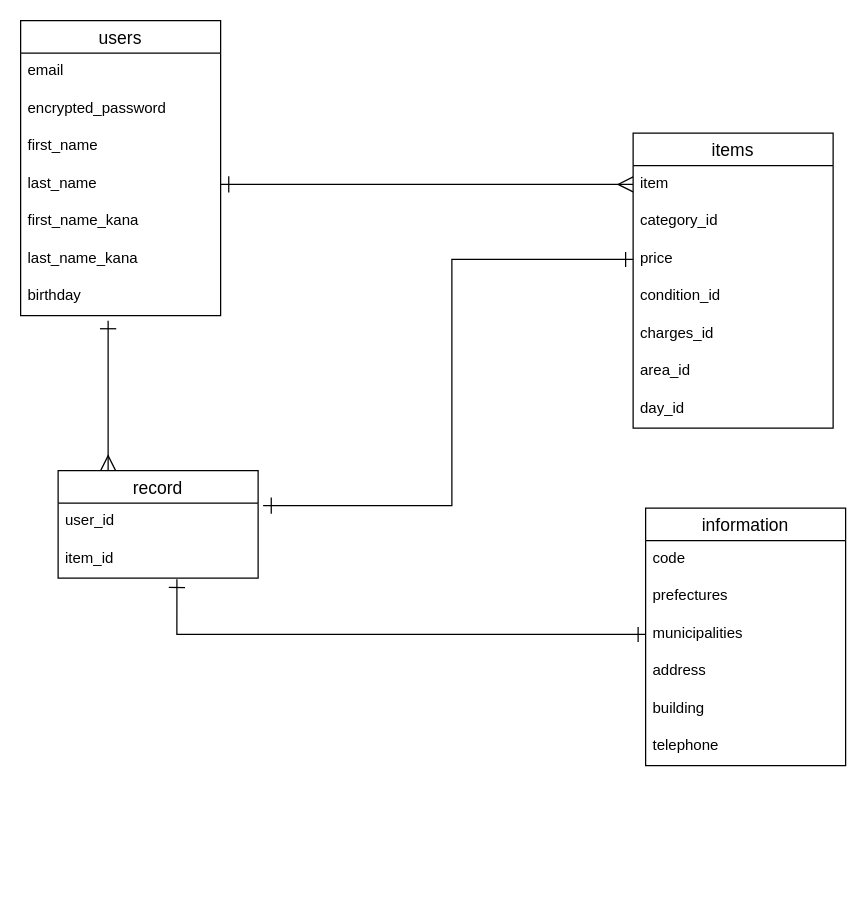
The draw.io diagram furima.dio in yutakah2/furima-36587, before the edit. Source tidied: cells renumbered, new cells numbered last; positions are measured from the earlier drawing's top-left corner, leaving out a move shared by most shapes. Both pictures are drawn from the tidied source at 125%, with x=0, y=0 at pixel (20, 20).
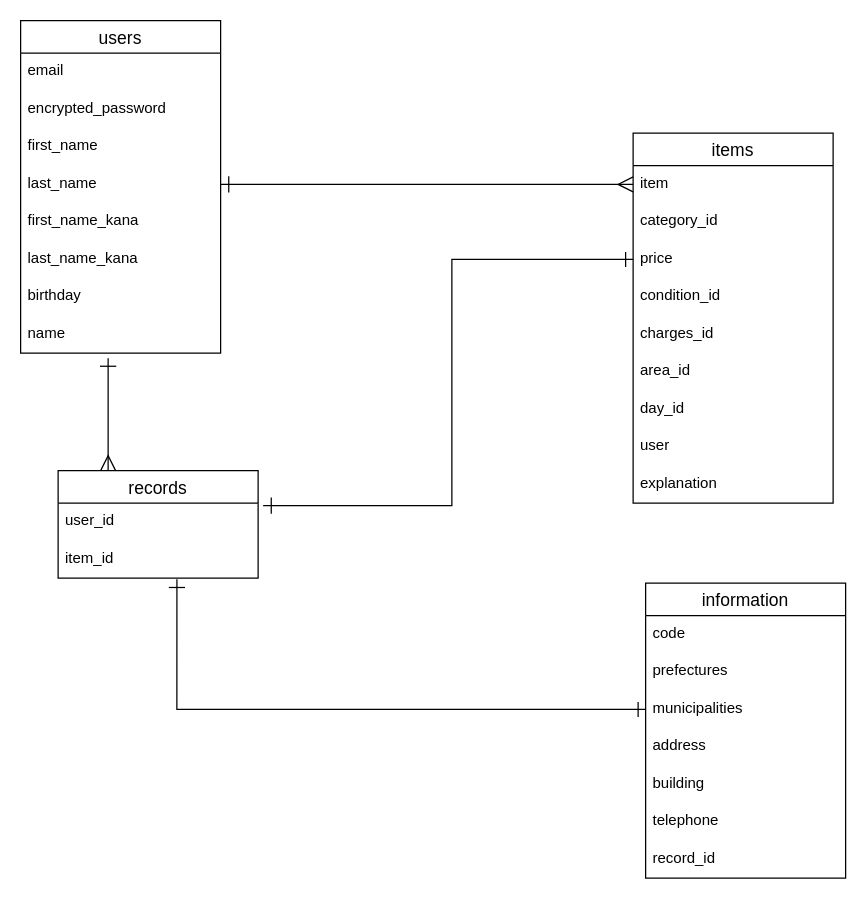
The same diagram, later.

Commit message (it also covers changes not shown here):
データベースの設計③

What changed in the source:
```diff
@@
     <mxCell id="2" value="items" style="swimlane;fontStyle=0;horizontal=1;startSize=26;align=center;fontSize=14;" parent="1" vertex="1">
-      <mxGeometry x="490" y="90" width="160" height="236" as="geometry" />
+      <mxGeometry x="490" y="90" width="160" height="296" as="geometry" />
     </mxCell>
@@
+    <mxCell id="32" value="user" style="text;strokeColor=none;fillColor=none;spacingLeft=4;spacingRight=4;overflow=hidden;fontSize=12;" parent="2" vertex="1">
+      <mxGeometry y="236" width="160" height="30" as="geometry" />
+    </mxCell>
+    <mxCell id="33" value="explanation" style="text;strokeColor=none;fillColor=none;spacingLeft=4;spacingRight=4;overflow=hidden;fontSize=12;" parent="2" vertex="1">
+      <mxGeometry y="266" width="160" height="30" as="geometry" />
+    </mxCell>
     <mxCell id="10" value="users" style="swimlane;fontStyle=0;horizontal=1;startSize=26;align=center;fontSize=14;" parent="1" vertex="1">
-      <mxGeometry width="160" height="236" as="geometry" />
+      <mxGeometry width="160" height="266" as="geometry" />
     </mxCell>
@@
+    <mxCell id="34" value="name" style="text;strokeColor=none;fillColor=none;spacingLeft=4;spacingRight=4;overflow=hidden;fontSize=12;" parent="10" vertex="1">
+      <mxGeometry y="236" width="160" height="30" as="geometry" />
+    </mxCell>
     <mxCell id="18" value="information" style="swimlane;fontStyle=0;horizontal=1;startSize=26;align=center;fontSize=14;" parent="1" vertex="1">
-      <mxGeometry x="500" y="390" width="160" height="206" as="geometry" />
+      <mxGeometry x="500" y="450" width="160" height="236" as="geometry" />
     </mxCell>
@@
-    <mxCell id="25" style="edgeStyle=orthogonalEdgeStyle;rounded=0;jettySize=auto;html=1;exitX=0.25;exitY=0;exitDx=0;exitDy=0;startArrow=ERmany;startFill=0;endArrow=ERone;endFill=0;startSize=10;endSize=11;" parent="1" edge="1" source="26">
-      <mxGeometry relative="1" as="geometry">
-        <mxPoint x="70" y="240" as="targetPoint" />
-      </mxGeometry>
-    </mxCell>
+    <mxCell id="35" value="record_id" style="text;strokeColor=none;fillColor=none;spacingLeft=4;spacingRight=4;overflow=hidden;fontSize=12;" parent="18" vertex="1">
+      <mxGeometry y="206" width="160" height="30" as="geometry" />
+    </mxCell>
+    <mxCell id="36" style="edgeStyle=orthogonalEdgeStyle;rounded=0;jettySize=auto;html=1;exitX=0.25;exitY=0;exitDx=0;exitDy=0;startArrow=ERmany;startFill=0;endArrow=ERone;endFill=0;startSize=10;endSize=11;" parent="1" edge="1" source="26">
+      <mxGeometry relative="1" as="geometry">
+        <mxPoint x="70" y="270" as="targetPoint" />
+      </mxGeometry>
+    </mxCell>
-    <mxCell id="26" value="record" style="swimlane;fontStyle=0;horizontal=1;startSize=26;align=center;fontSize=14;" parent="1" vertex="1">
+    <mxCell id="26" value="records" style="swimlane;fontStyle=0;horizontal=1;startSize=26;align=center;fontSize=14;" parent="1" vertex="1">
       <mxGeometry x="30" y="360" width="160" height="86" as="geometry" />
     </mxCell>
```
